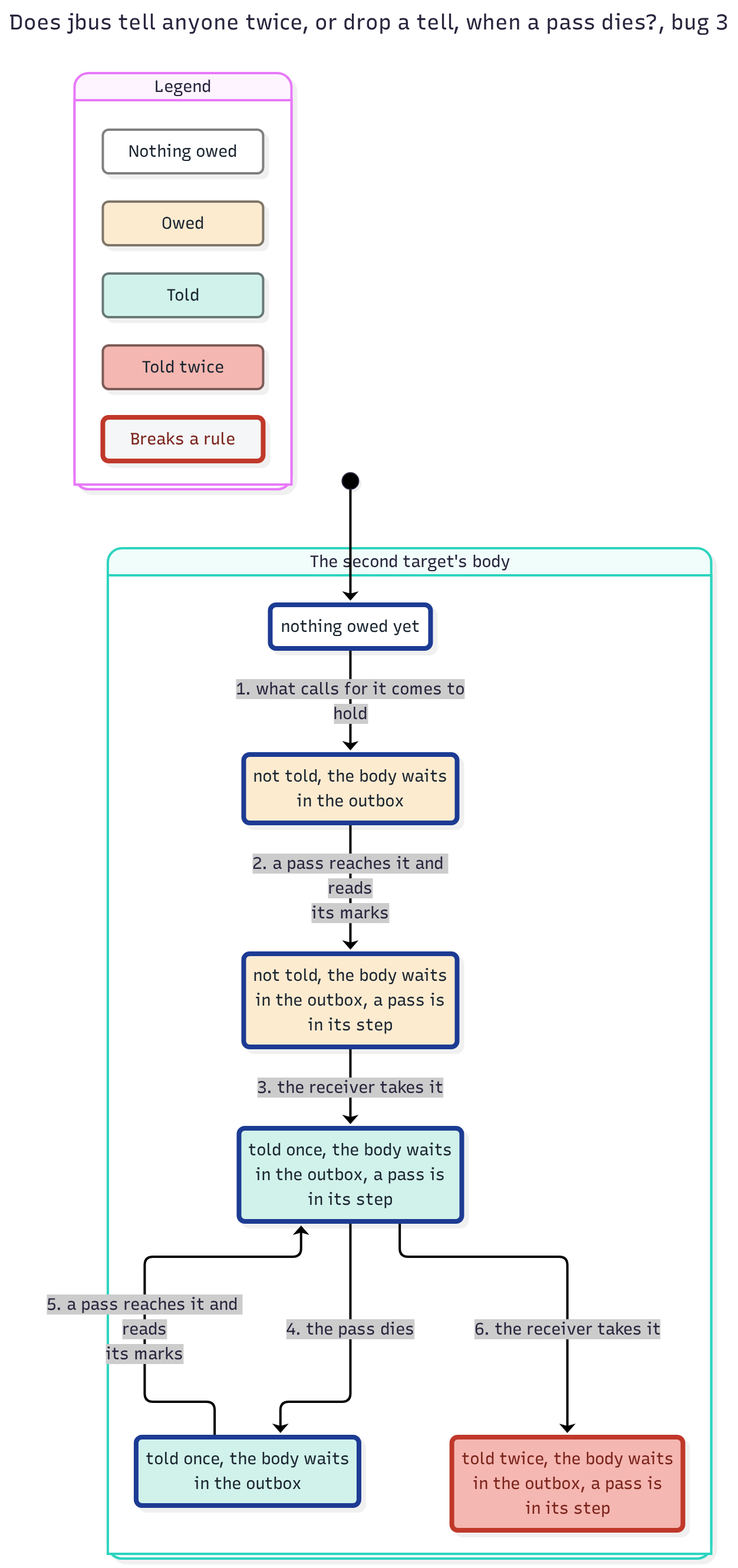
JoshuaHayesWasHere/jstack keeps this Mermaid diagram as features/jbus/spec/TellOnce-statechart/bug-3.png. Above is the earlier version. Its source is kept beside it as features/jbus/spec/TellOnce-statechart/bug-3.mmd.
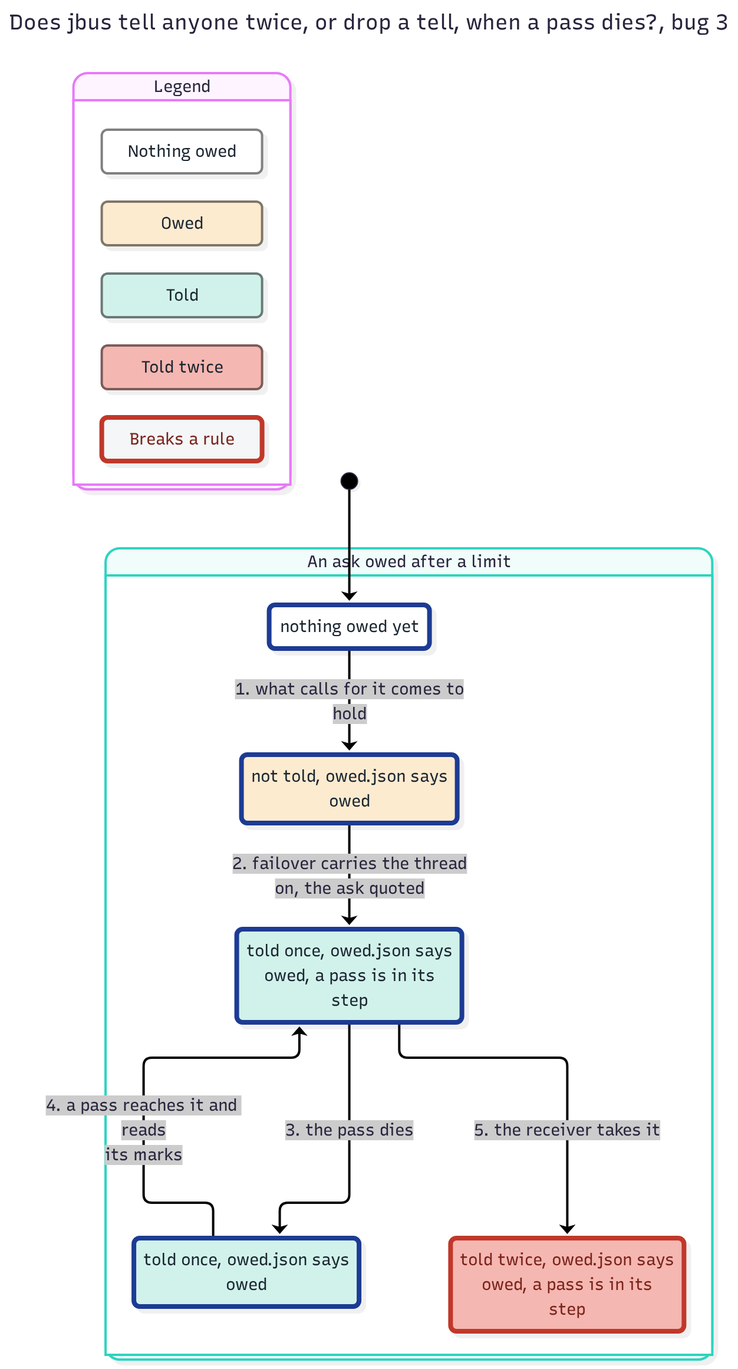
The same diagram one commit later.

What changed in the source:
```diff
@@ -27,24 +27,21 @@
   class legendGroup2 group2
   class legendGroup3 group3
   class legendWrong plainWrong
-  state "The second target's body" as g0 {
-    state "not told, the body waits<br/>in the outbox" as s0
-    state "not told, the body waits<br/>in the outbox, a pass is<br/>in its step" as s1
-    state "nothing owed yet" as s2
-    state "told once, the body waits<br/>in the outbox" as s3
-    state "told once, the body waits<br/>in the outbox, a pass is<br/>in its step" as s4
-    state "told twice, the body waits<br/>in the outbox, a pass is<br/>in its step" as s5
+  state "An ask owed after a limit" as g0 {
+    state "not told, owed.json says<br/>owed" as s0
+    state "nothing owed yet" as s1
+    state "told once, owed.json says<br/>owed" as s2
+    state "told once, owed.json says<br/>owed, a pass is in its<br/>step" as s3
+    state "told twice, owed.json says<br/>owed, a pass is in its<br/>step" as s4
   }
-  [*] --> s2
-  s2 --> s0 : 1. what calls for it comes to<br/>hold
-  s0 --> s1 : 2. a pass reaches it and reads<br/>its marks
-  s1 --> s4 : 3. the receiver takes it
-  s4 --> s3 : 4. the pass dies
-  s3 --> s4 : 5. a pass reaches it and reads<br/>its marks
-  s4 --> s5 : 6. the receiver takes it
+  [*] --> s1
+  s1 --> s0 : 1. what calls for it comes to<br/>hold
+  s0 --> s3 : 2. failover carries the thread<br/>on, the ask quoted
+  s3 --> s2 : 3. the pass dies
+  s2 --> s3 : 4. a pass reaches it and reads<br/>its marks
+  s3 --> s4 : 5. the receiver takes it
   class s0 group1Path
-  class s1 group1Path
-  class s2 group0Path
+  class s1 group0Path
+  class s2 group2Path
   class s3 group2Path
-  class s4 group2Path
-  class s5 group3Wrong
+  class s4 group3Wrong
```
